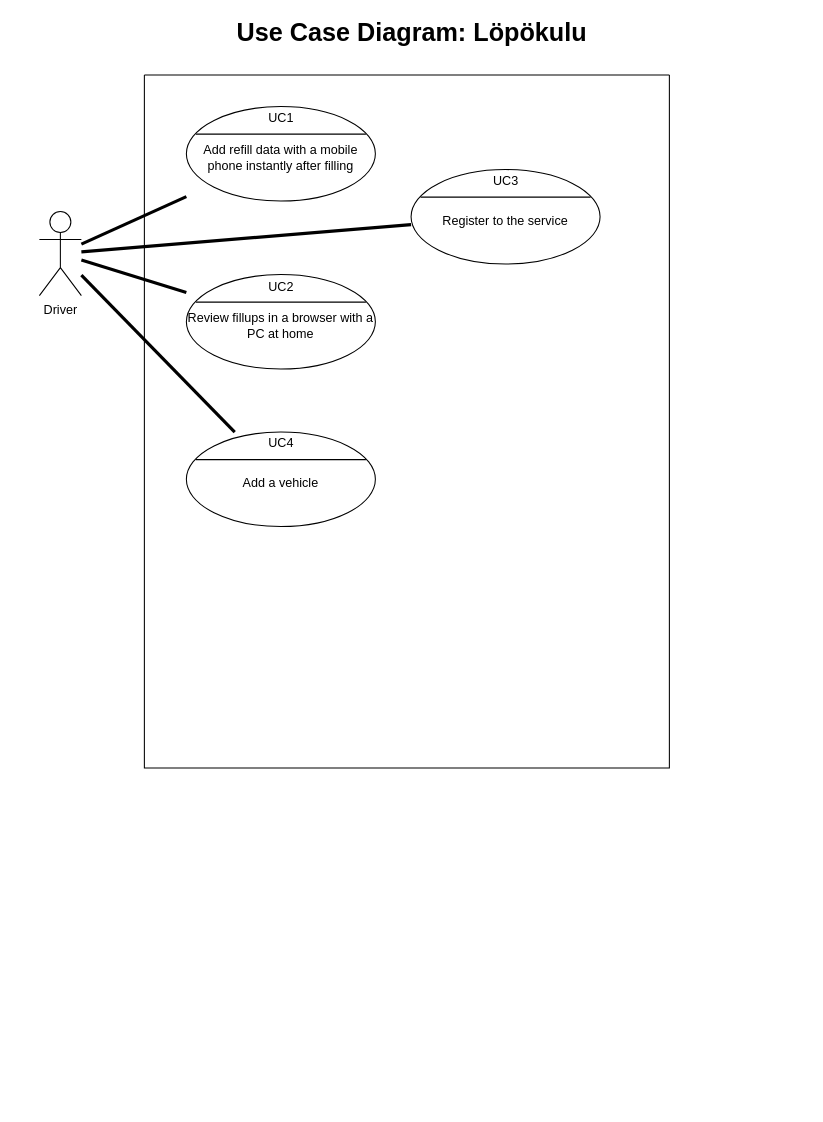
Before: documentation/ui/Use_case_diagram.drawio in mtijas/lopokulu, a draw.io diagram. Source tidied: cells renumbered, new cells numbered last; positions are measured from the earlier drawing's top-left corner, leaving out a move shared by most shapes. Both pictures are drawn from the tidied source at 105%, with x=0, y=0 at pixel (18, 22).
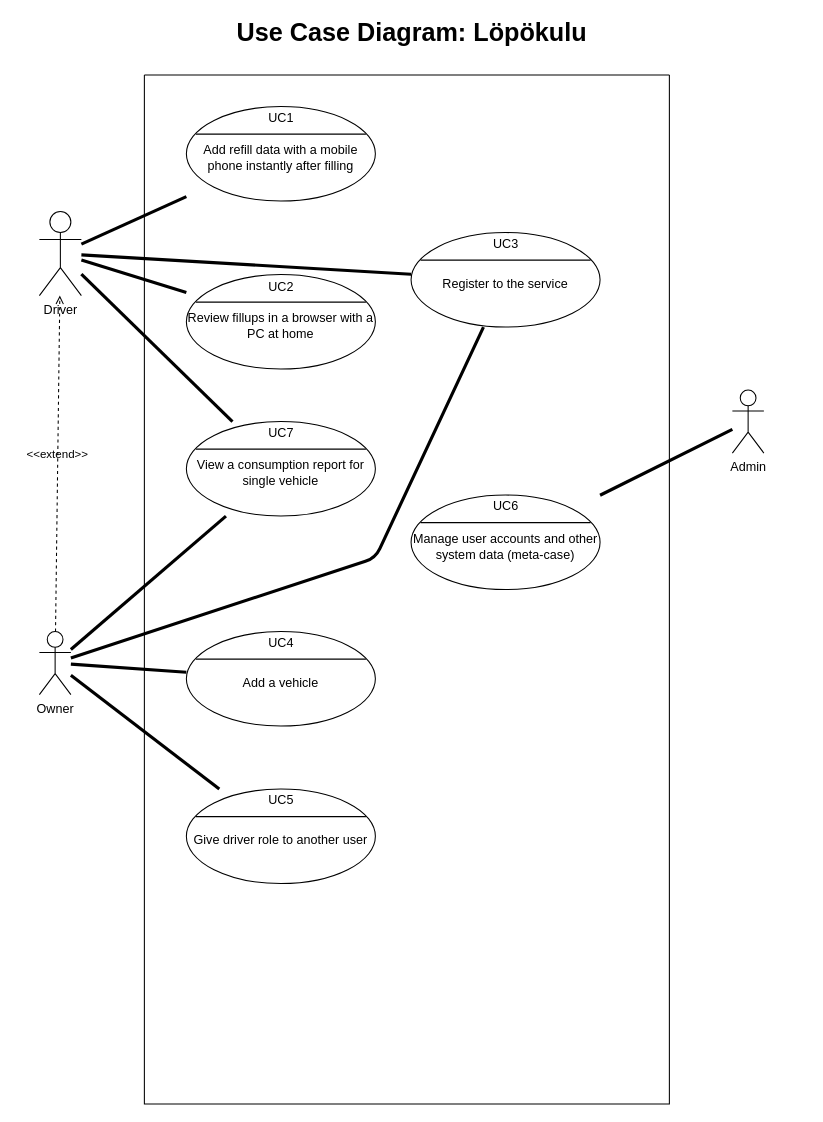
Above is the later version.

Unchanged cells that the change refers to:
```xml
<mxCell id="19" value="Driver" style="shape=umlActor;verticalLabelPosition=bottom;verticalAlign=top;html=1;outlineConnect=0;" parent="1" vertex="1">
  <mxGeometry x="20" y="180" width="40" height="80" as="geometry" />
</mxCell>
```

The edit, as a diff of the source:
```diff
@@
     <mxCell id="2" style="swimlane;startSize=0;" parent="1" vertex="1">
-      <mxGeometry x="120" y="50" width="500" height="660" as="geometry" />
+      <mxGeometry x="120" y="50" width="500" height="980" as="geometry" />
     </mxCell>
@@
     <mxCell id="11" style="shape=ellipse;horizontal=1;html=1;dashed=0;" parent="2" vertex="1">
-      <mxGeometry x="254" y="90" width="180" height="90" as="geometry" />
+      <mxGeometry x="254" y="150" width="180" height="90" as="geometry" />
     </mxCell>
@@
     <mxCell id="15" style="shape=ellipse;horizontal=1;html=1;dashed=0;" parent="2" vertex="1">
-      <mxGeometry x="40" y="340" width="180" height="90" as="geometry" />
+      <mxGeometry x="40" y="530" width="180" height="90" as="geometry" />
     </mxCell>
@@
+    <mxCell id="25" style="shape=ellipse;horizontal=1;html=1;dashed=0;" parent="2" vertex="1">
+      <mxGeometry x="40" y="680" width="180" height="90" as="geometry" />
+    </mxCell>
+    <mxCell id="26" value="UC5" style="html=1;strokeColor=none;fillColor=none;align=center;verticalAlign=middle;" parent="25" vertex="1">
+      <mxGeometry width="180" height="22.5" as="geometry" />
+    </mxCell>
+    <mxCell id="27" style="line;strokeWidth=1;fillColor=none;labelPosition=right;dashed=0;" parent="25" vertex="1">
+      <mxGeometry x="9" y="22.5" width="162" height="7.5" as="geometry" />
+    </mxCell>
+    <mxCell id="28" value="Give driver role to another user" style="text;html=1;align=center;verticalAlign=middle;whiteSpace=wrap;" parent="25" vertex="1">
+      <mxGeometry y="30" width="180" height="37.5" as="geometry" />
+    </mxCell>
+    <mxCell id="29" style="shape=ellipse;horizontal=1;html=1;dashed=0;" parent="2" vertex="1">
+      <mxGeometry x="254" y="400" width="180" height="90" as="geometry" />
+    </mxCell>
+    <mxCell id="30" value="UC6" style="html=1;strokeColor=none;fillColor=none;align=center;verticalAlign=middle;" parent="29" vertex="1">
+      <mxGeometry width="180" height="22.5" as="geometry" />
+    </mxCell>
+    <mxCell id="31" style="line;strokeWidth=1;fillColor=none;labelPosition=right;dashed=0;" parent="29" vertex="1">
+      <mxGeometry x="9" y="22.5" width="162" height="7.5" as="geometry" />
+    </mxCell>
+    <mxCell id="32" value="Manage user accounts and other system data (meta-case)" style="text;html=1;align=center;verticalAlign=middle;whiteSpace=wrap;" parent="29" vertex="1">
+      <mxGeometry y="30" width="180" height="37.5" as="geometry" />
+    </mxCell>
@@
-    <mxCell id="24" style="endArrow=none;startArrow=none;endFill=0;startFill=0;endSize=8;html=1;verticalAlign=bottom;labelBackgroundColor=none;strokeWidth=3;" parent="1" edge="1" source="19" target="15">
+    <mxCell id="24" style="endArrow=none;startArrow=none;endFill=0;startFill=0;endSize=8;html=1;verticalAlign=bottom;labelBackgroundColor=none;strokeWidth=3;" parent="1" edge="1" source="33" target="15">
       <mxGeometry relative="1" as="geometry" />
     </mxCell>
+    <mxCell id="33" value="Owner" style="shape=umlActor;verticalLabelPosition=bottom;verticalAlign=top;html=1;outlineConnect=0;" parent="1" vertex="1">
+      <mxGeometry x="20" y="580" width="30" height="60" as="geometry" />
+    </mxCell>
+    <mxCell id="34" value="&amp;lt;&amp;lt;extend&amp;gt;&amp;gt;" style="html=1;verticalAlign=bottom;labelBackgroundColor=none;endArrow=open;endFill=0;dashed=1;" parent="1" edge="1" source="33" target="19">
+      <mxGeometry relative="1" as="geometry" />
+    </mxCell>
+    <mxCell id="35" style="endArrow=none;startArrow=none;endFill=0;startFill=0;endSize=8;html=1;verticalAlign=bottom;labelBackgroundColor=none;strokeWidth=3;" parent="1" edge="1" source="33" target="25">
+      <mxGeometry relative="1" as="geometry" />
+    </mxCell>
+    <mxCell id="36" style="endArrow=none;startArrow=none;endFill=0;startFill=0;endSize=8;html=1;verticalAlign=bottom;labelBackgroundColor=none;strokeWidth=3;" parent="1" edge="1" source="33" target="11">
+      <mxGeometry relative="1" as="geometry">
+        <Array as="points">
+          <mxPoint x="340" y="510" />
+        </Array>
+      </mxGeometry>
+    </mxCell>
+    <mxCell id="37" value="Admin" style="shape=umlActor;verticalLabelPosition=bottom;verticalAlign=top;html=1;" parent="1" vertex="1">
+      <mxGeometry x="680" y="350" width="30" height="60" as="geometry" />
+    </mxCell>
+    <mxCell id="38" style="endArrow=none;startArrow=none;endFill=0;startFill=0;endSize=8;html=1;verticalAlign=bottom;labelBackgroundColor=none;strokeWidth=3;" parent="1" edge="1" source="37" target="29">
+      <mxGeometry relative="1" as="geometry" />
+    </mxCell>
+    <mxCell id="39" style="shape=ellipse;horizontal=1;html=1;dashed=0;" parent="1" vertex="1">
+      <mxGeometry x="160" y="380" width="180" height="90" as="geometry" />
+    </mxCell>
+    <mxCell id="40" value="UC7" style="html=1;strokeColor=none;fillColor=none;align=center;verticalAlign=middle;" parent="39" vertex="1">
+      <mxGeometry width="180" height="22.5" as="geometry" />
+    </mxCell>
+    <mxCell id="41" style="line;strokeWidth=1;fillColor=none;labelPosition=right;dashed=0;" parent="39" vertex="1">
+      <mxGeometry x="9" y="22.5" width="162" height="7.5" as="geometry" />
+    </mxCell>
+    <mxCell id="42" value="View a consumption report for single vehicle" style="text;html=1;align=center;verticalAlign=middle;whiteSpace=wrap;" parent="39" vertex="1">
+      <mxGeometry y="30" width="180" height="37.5" as="geometry" />
+    </mxCell>
+    <mxCell id="43" style="endArrow=none;startArrow=none;endFill=0;startFill=0;endSize=8;html=1;verticalAlign=bottom;labelBackgroundColor=none;strokeWidth=3;" parent="1" edge="1" source="33" target="39">
+      <mxGeometry relative="1" as="geometry" />
+    </mxCell>
+    <mxCell id="44" style="endArrow=none;startArrow=none;endFill=0;startFill=0;endSize=8;html=1;verticalAlign=bottom;labelBackgroundColor=none;strokeWidth=3;" parent="1" edge="1" source="19" target="39">
+      <mxGeometry relative="1" as="geometry" />
+    </mxCell>
```
